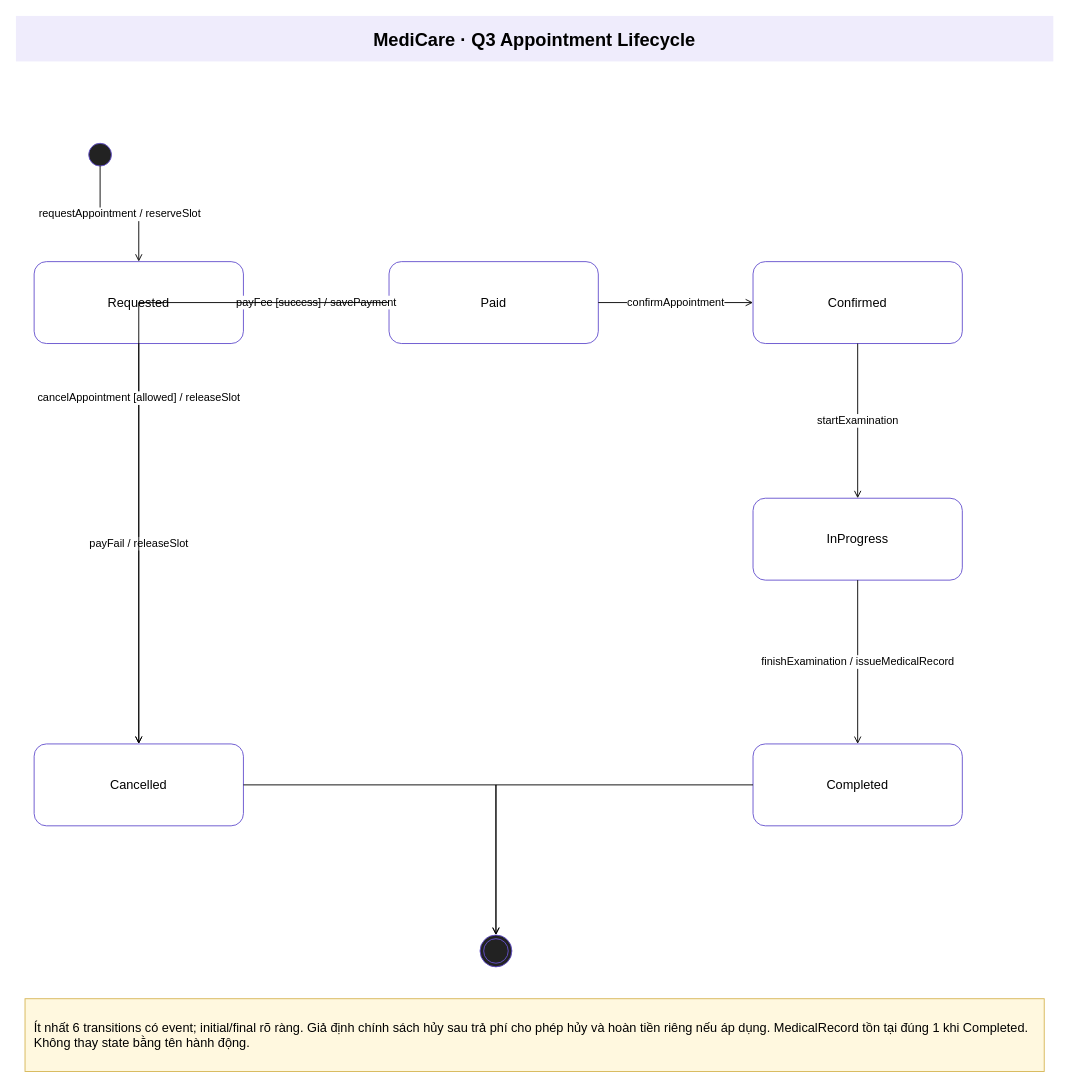
Before: page "Q3 State Diagram" (4 of 4) of public/templates/medicare_PE.drawio in khangpd15/SWD302_KHANG, a draw.io diagram. Source tidied: cells renumbered, new cells numbered last; positions are measured from the earlier drawing's top-left corner, leaving out a move shared by most shapes. Both pictures are drawn from the tidied source at 91%, with x=0, y=0 at pixel (15, 15).
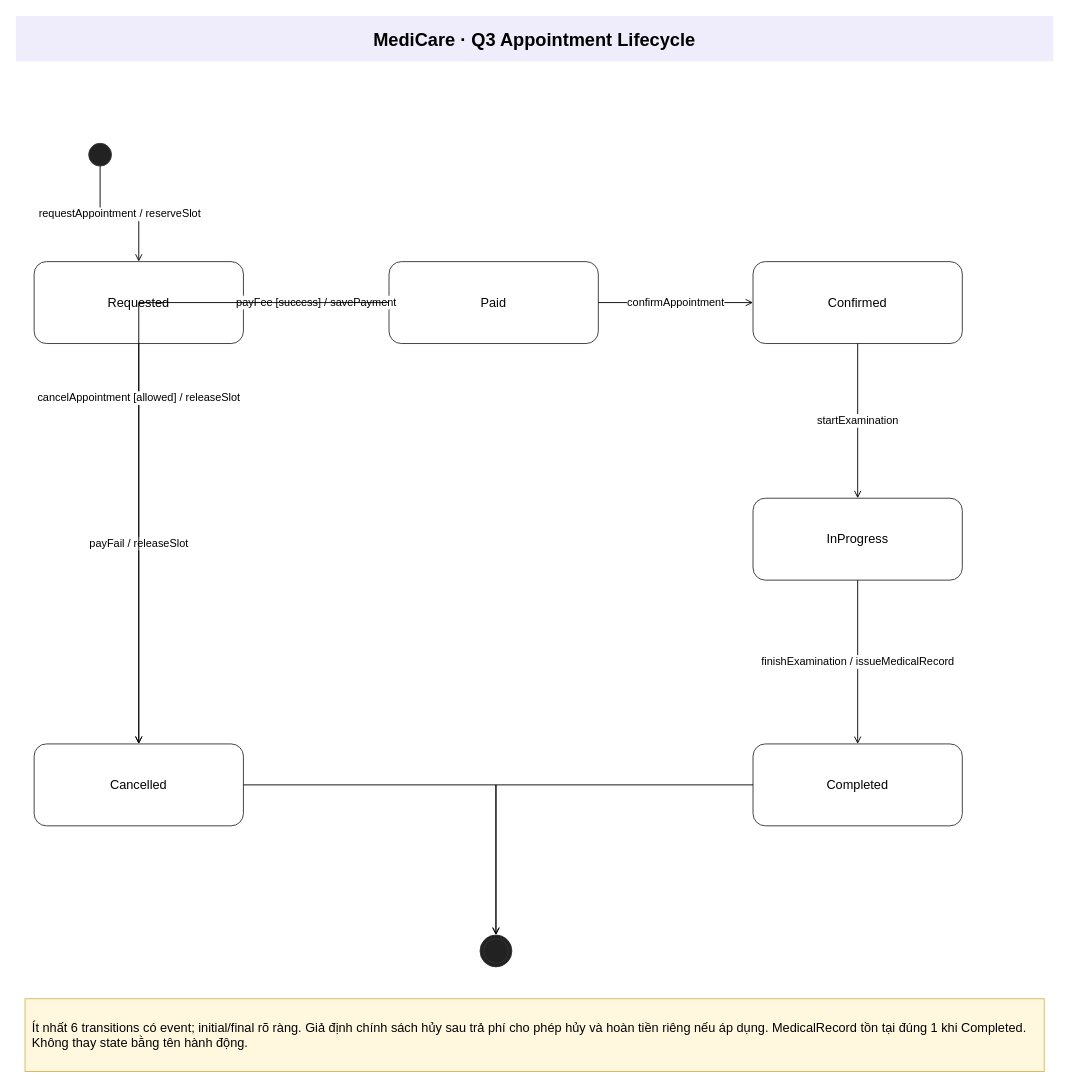
After the change.

The edit, as a diff of the source:
```diff
@@
-    <mxCell id="2" value="&lt;b&gt;MediCare · Q3 Appointment Lifecycle&lt;/b&gt;" style="rounded=0;whiteSpace=wrap;html=1;fillColor=#ffffff;strokeColor=#6551ce;fontSize=14;spacing=10;fillColor=#efecfc;strokeColor=none;fontSize=20;" parent="1" vertex="1">
+    <mxCell id="2" value="&lt;b&gt;MediCare · Q3 Appointment Lifecycle&lt;/b&gt;" style="rounded=0;whiteSpace=wrap;html=1;fillColor=#ffffff;strokeColor=#333333;fontSize=14;spacing=8;fillColor=#efecfc;strokeColor=none;fontSize=20;" parent="1" vertex="1">
       <mxGeometry width="1140" height="50" as="geometry" />
     </mxCell>
-    <mxCell id="3" style="rounded=0;whiteSpace=wrap;html=1;fillColor=#ffffff;strokeColor=#6551ce;fontSize=14;spacing=10;ellipse;fillColor=#222222;" parent="1" vertex="1">
+    <mxCell id="3" style="rounded=0;whiteSpace=wrap;html=1;fillColor=#ffffff;strokeColor=#333333;fontSize=14;spacing=8;ellipse;fillColor=#222222;" parent="1" vertex="1">
       <mxGeometry x="80" y="140" width="25" height="25" as="geometry" />
     </mxCell>
-    <mxCell id="4" value="Requested" style="rounded=0;whiteSpace=wrap;html=1;fillColor=#ffffff;strokeColor=#6551ce;fontSize=14;spacing=10;rounded=1;" parent="1" vertex="1">
+    <mxCell id="4" value="Requested" style="rounded=0;whiteSpace=wrap;html=1;fillColor=#ffffff;strokeColor=#333333;fontSize=14;spacing=8;rounded=1;" parent="1" vertex="1">
       <mxGeometry x="20" y="270" width="230" height="90" as="geometry" />
     </mxCell>
-    <mxCell id="5" value="Paid" style="rounded=0;whiteSpace=wrap;html=1;fillColor=#ffffff;strokeColor=#6551ce;fontSize=14;spacing=10;rounded=1;" parent="1" vertex="1">
+    <mxCell id="5" value="Paid" style="rounded=0;whiteSpace=wrap;html=1;fillColor=#ffffff;strokeColor=#333333;fontSize=14;spacing=8;rounded=1;" parent="1" vertex="1">
       <mxGeometry x="410" y="270" width="230" height="90" as="geometry" />
     </mxCell>
-    <mxCell id="6" value="Confirmed" style="rounded=0;whiteSpace=wrap;html=1;fillColor=#ffffff;strokeColor=#6551ce;fontSize=14;spacing=10;rounded=1;" parent="1" vertex="1">
+    <mxCell id="6" value="Confirmed" style="rounded=0;whiteSpace=wrap;html=1;fillColor=#ffffff;strokeColor=#333333;fontSize=14;spacing=8;rounded=1;" parent="1" vertex="1">
       <mxGeometry x="810" y="270" width="230" height="90" as="geometry" />
     </mxCell>
-    <mxCell id="7" value="InProgress" style="rounded=0;whiteSpace=wrap;html=1;fillColor=#ffffff;strokeColor=#6551ce;fontSize=14;spacing=10;rounded=1;" parent="1" vertex="1">
+    <mxCell id="7" value="InProgress" style="rounded=0;whiteSpace=wrap;html=1;fillColor=#ffffff;strokeColor=#333333;fontSize=14;spacing=8;rounded=1;" parent="1" vertex="1">
       <mxGeometry x="810" y="530" width="230" height="90" as="geometry" />
     </mxCell>
-    <mxCell id="8" value="Completed" style="rounded=0;whiteSpace=wrap;html=1;fillColor=#ffffff;strokeColor=#6551ce;fontSize=14;spacing=10;rounded=1;" parent="1" vertex="1">
+    <mxCell id="8" value="Completed" style="rounded=0;whiteSpace=wrap;html=1;fillColor=#ffffff;strokeColor=#333333;fontSize=14;spacing=8;rounded=1;" parent="1" vertex="1">
       <mxGeometry x="810" y="800" width="230" height="90" as="geometry" />
     </mxCell>
-    <mxCell id="9" value="Cancelled" style="rounded=0;whiteSpace=wrap;html=1;fillColor=#ffffff;strokeColor=#6551ce;fontSize=14;spacing=10;rounded=1;" parent="1" vertex="1">
+    <mxCell id="9" value="Cancelled" style="rounded=0;whiteSpace=wrap;html=1;fillColor=#ffffff;strokeColor=#333333;fontSize=14;spacing=8;rounded=1;" parent="1" vertex="1">
       <mxGeometry x="20" y="800" width="230" height="90" as="geometry" />
     </mxCell>
-    <mxCell id="10" style="rounded=0;whiteSpace=wrap;html=1;fillColor=#ffffff;strokeColor=#6551ce;fontSize=14;spacing=10;ellipse;shape=doubleEllipse;fillColor=#222222;" parent="1" vertex="1">
+    <mxCell id="10" style="rounded=0;whiteSpace=wrap;html=1;fillColor=#ffffff;strokeColor=#333333;fontSize=14;spacing=8;ellipse;shape=doubleEllipse;fillColor=#222222;" parent="1" vertex="1">
       <mxGeometry x="510" y="1010" width="35" height="35" as="geometry" />
     </mxCell>
@@
-    <mxCell id="20" value="Ít nhất 6 transitions có event; initial/final rõ ràng. Giả định chính sách hủy sau trả phí cho phép hủy và hoàn tiền riêng nếu áp dụng. MedicalRecord tồn tại đúng 1 khi Completed. Không thay state bằng tên hành động." style="rounded=0;whiteSpace=wrap;html=1;fillColor=#ffffff;strokeColor=#6551ce;fontSize=14;spacing=10;fillColor=#fff8df;strokeColor=#d6b656;align=left;" parent="1" vertex="1">
+    <mxCell id="20" value="Ít nhất 6 transitions có event; initial/final rõ ràng. Giả định chính sách hủy sau trả phí cho phép hủy và hoàn tiền riêng nếu áp dụng. MedicalRecord tồn tại đúng 1 khi Completed. Không thay state bằng tên hành động." style="rounded=0;whiteSpace=wrap;html=1;fillColor=#ffffff;strokeColor=#333333;fontSize=14;spacing=8;fillColor=#fff8df;strokeColor=#d6b656;align=left;" parent="1" vertex="1">
       <mxGeometry x="10" y="1080" width="1120" height="80" as="geometry" />
     </mxCell>
```
